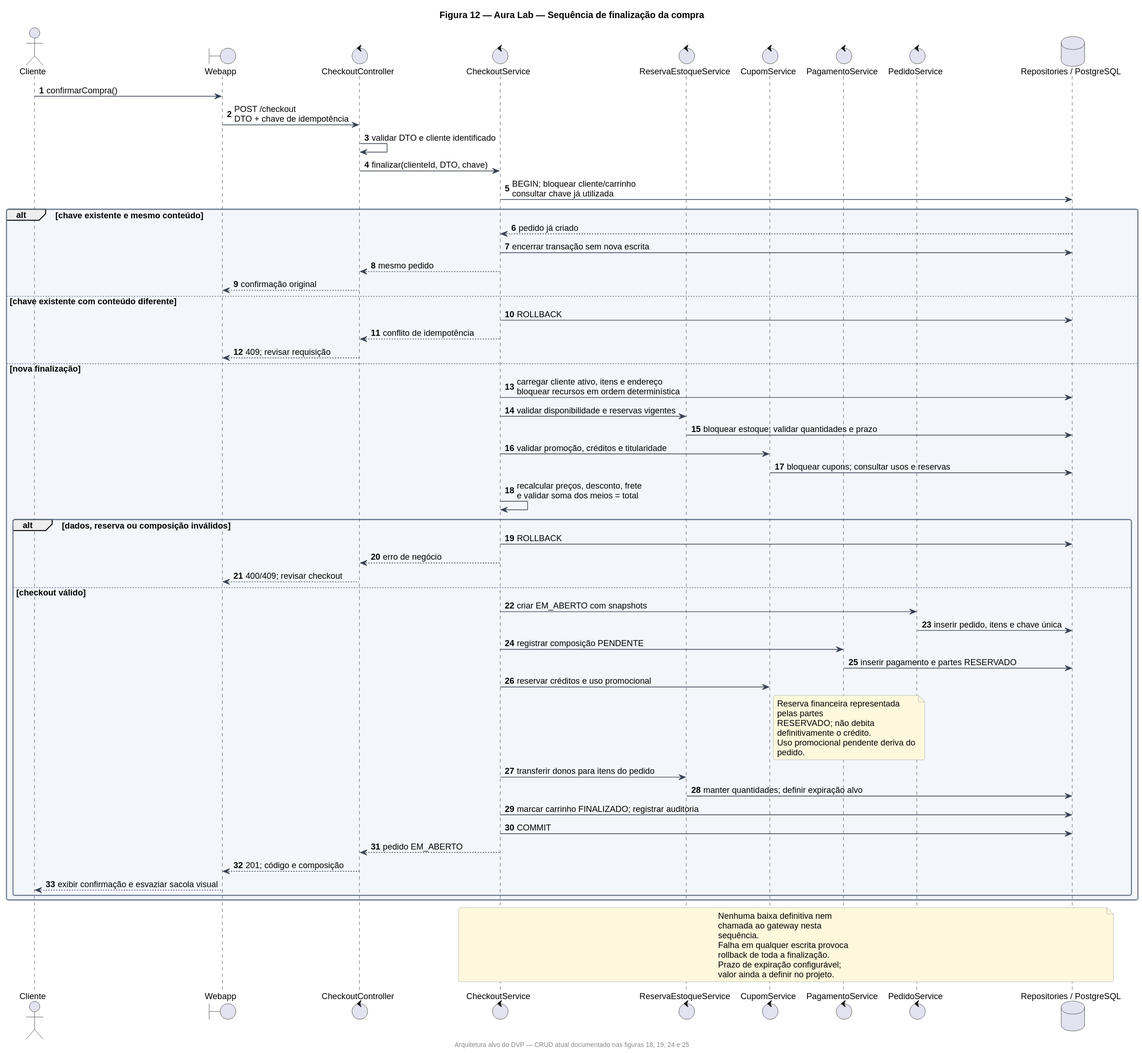
krisnarane/Aura_Lab keeps this PlantUML diagram as docs/dvp-uml-2026/svg/12-sequencia-realizar-pedido.svg. Above is the earlier version.
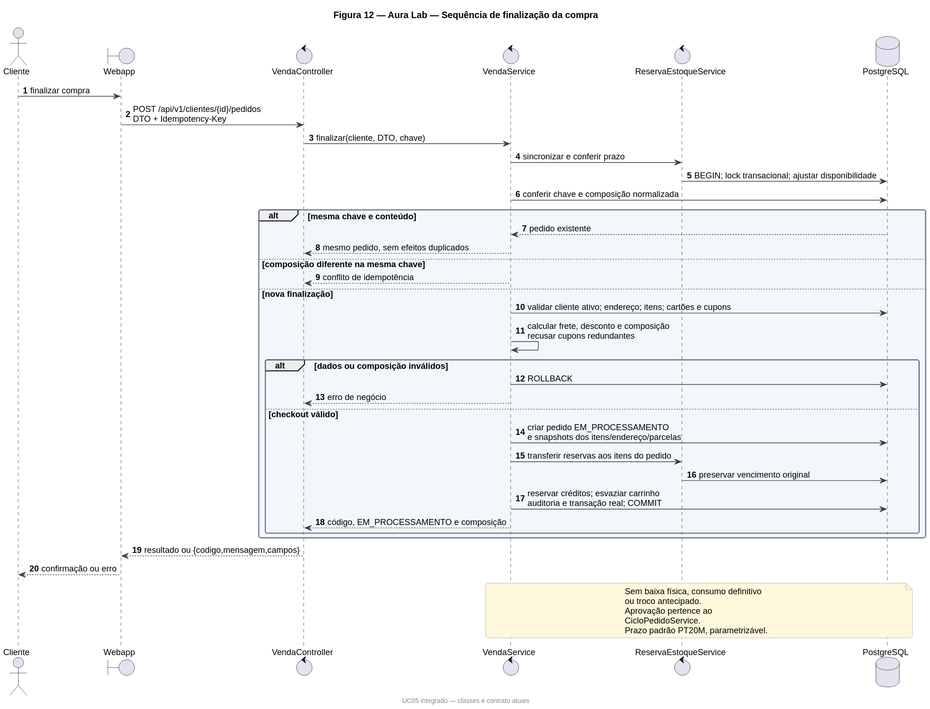
The same file after the commit.

The edit, as a diff of the source:
```diff
@@ -1,5 +1,5 @@
 @startuml
-footer Arquitetura alvo do DVP — CRUD atual documentado nas figuras 18, 19, 24 e 25
+footer UC05 integrado — classes e contrato atuais
 skinparam backgroundColor white
 skinparam shadowing false
 skinparam defaultFontName Arial
@@ -22,61 +22,40 @@
 autonumber
 actor Cliente
 boundary Webapp
-control CheckoutController as API
-control CheckoutService as Checkout
+control VendaController as API
+control VendaService as Venda
 control ReservaEstoqueService as Reserva
-control CupomService as Cupom
-control PagamentoService as Pagamento
-control PedidoService as Pedido
-database "Repositories / PostgreSQL" as DB
-Cliente -> Webapp : confirmarCompra()
-Webapp -> API : POST /checkout\nDTO + chave de idempotência
-API -> API : validar DTO e cliente identificado
-API -> Checkout : finalizar(clienteId, DTO, chave)
-Checkout -> DB : BEGIN; bloquear cliente/carrinho\nconsultar chave já utilizada
-alt chave existente e mesmo conteúdo
-  DB --> Checkout : pedido já criado
-  Checkout -> DB : encerrar transação sem nova escrita
-  Checkout --> API : mesmo pedido
-  API --> Webapp : confirmação original
-else chave existente com conteúdo diferente
-  Checkout -> DB : ROLLBACK
-  Checkout --> API : conflito de idempotência
-  API --> Webapp : 409; revisar requisição
+database PostgreSQL as DB
+Cliente -> Webapp : finalizar compra
+Webapp -> API : POST /api/v1/clientes/{id}/pedidos\nDTO + Idempotency-Key
+API -> Venda : finalizar(cliente, DTO, chave)
+Venda -> Reserva : sincronizar e conferir prazo
+Reserva -> DB : BEGIN; lock transacional; ajustar disponibilidade
+Venda -> DB : conferir chave e composição normalizada
+alt mesma chave e conteúdo
+ DB --> Venda : pedido existente
+ Venda --> API : mesmo pedido, sem efeitos duplicados
+else composição diferente na mesma chave
+ Venda --> API : conflito de idempotência
 else nova finalização
-  Checkout -> DB : carregar cliente ativo, itens e endereço\nbloquear recursos em ordem determinística
-  Checkout -> Reserva : validar disponibilidade e reservas vigentes
-  Reserva -> DB : bloquear estoque; validar quantidades e prazo
-  Checkout -> Cupom : validar promoção, créditos e titularidade
-  Cupom -> DB : bloquear cupons; consultar usos e reservas
-  Checkout -> Checkout : recalcular preços, desconto, frete\ne validar soma dos meios = total
-  alt dados, reserva ou composição inválidos
-    Checkout -> DB : ROLLBACK
-    Checkout --> API : erro de negócio
-    API --> Webapp : 400/409; revisar checkout
-  else checkout válido
-    Checkout -> Pedido : criar EM_ABERTO com snapshots
-    Pedido -> DB : inserir pedido, itens e chave única
-    Checkout -> Pagamento : registrar composição PENDENTE
-    Pagamento -> DB : inserir pagamento e partes RESERVADO
-    Checkout -> Cupom : reservar créditos e uso promocional
-    note right of Cupom
-      Reserva financeira representada pelas partes
-      RESERVADO; não debita definitivamente o crédito.
-      Uso promocional pendente deriva do pedido.
-    end note
-    Checkout -> Reserva : transferir donos para itens do pedido
-    Reserva -> DB : manter quantidades; definir expiração alvo
-    Checkout -> DB : marcar carrinho FINALIZADO; registrar auditoria
-    Checkout -> DB : COMMIT
-    Checkout --> API : pedido EM_ABERTO
-    API --> Webapp : 201; código e composição
-    Webapp --> Cliente : exibir confirmação e esvaziar sacola visual
-  end
+ Venda -> DB : validar cliente ativo; endereço; itens; cartões e cupons
+ Venda -> Venda : calcular frete, desconto e composição\nrecusar cupons redundantes
+ alt dados ou composição inválidos
+  Venda -> DB : ROLLBACK
+  Venda --> API : erro de negócio
+ else checkout válido
+  Venda -> DB : criar pedido EM_PROCESSAMENTO\ne snapshots dos itens/endereço/parcelas
+  Venda -> Reserva : transferir reservas aos itens do pedido
+  Reserva -> DB : preservar vencimento original
+  Venda -> DB : reservar créditos; esvaziar carrinho\nauditoria e transação real; COMMIT
+  Venda --> API : código, EM_PROCESSAMENTO e composição
+ end
 end
-note over Checkout, DB
-  Nenhuma baixa definitiva nem chamada ao gateway nesta sequência.
-  Falha em qualquer escrita provoca rollback de toda a finalização.
-  Prazo de expiração configurável; valor ainda a definir no projeto.
+API --> Webapp : resultado ou {codigo,mensagem,campos}
+Webapp --> Cliente : confirmação ou erro
+note over Venda, DB
+ Sem baixa física, consumo definitivo ou troco antecipado.
+ Aprovação pertence ao CicloPedidoService.
+ Prazo padrão PT20M, parametrizável.
 end note
 @enduml
```
